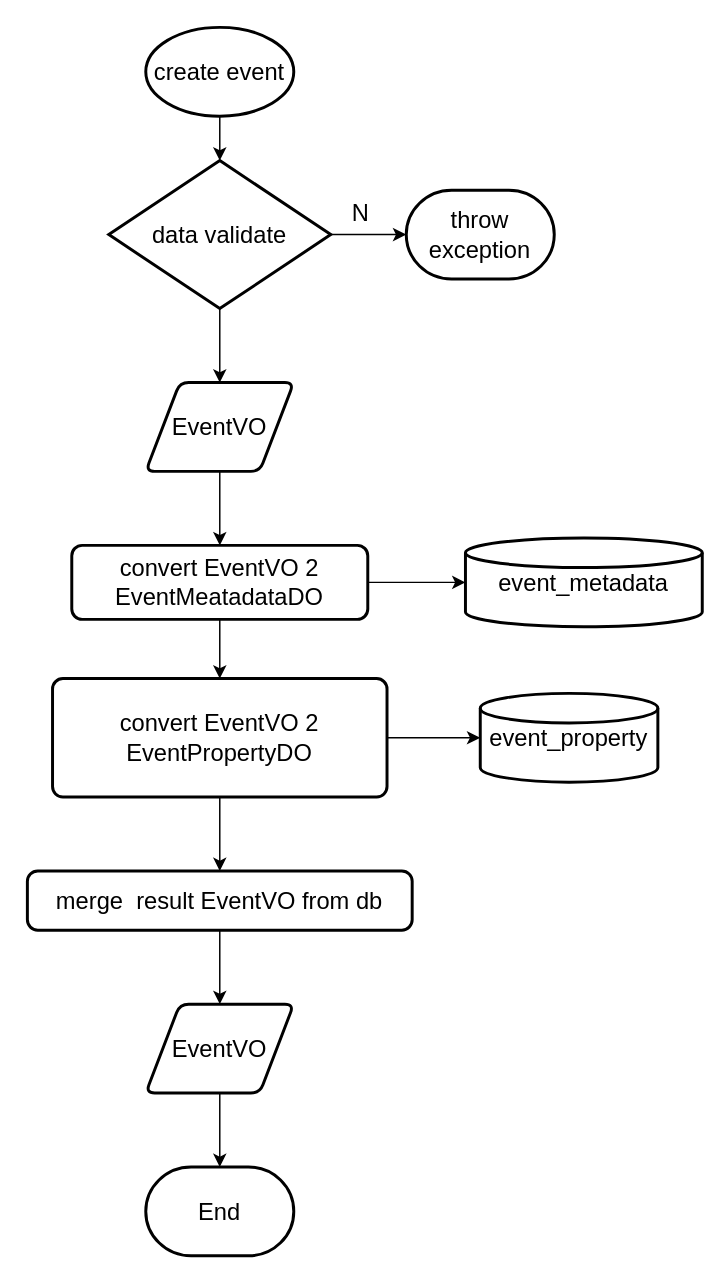
The draw.io diagram 事件中心/创建事件流程图.drawio in NeverMore93/draw, before the edit. Source tidied: cells renumbered, new cells numbered last; positions are measured from the earlier drawing's top-left corner, leaving out a move shared by most shapes. Both pictures are drawn from the tidied source at 148%, with x=0, y=0 at pixel (27, 27).
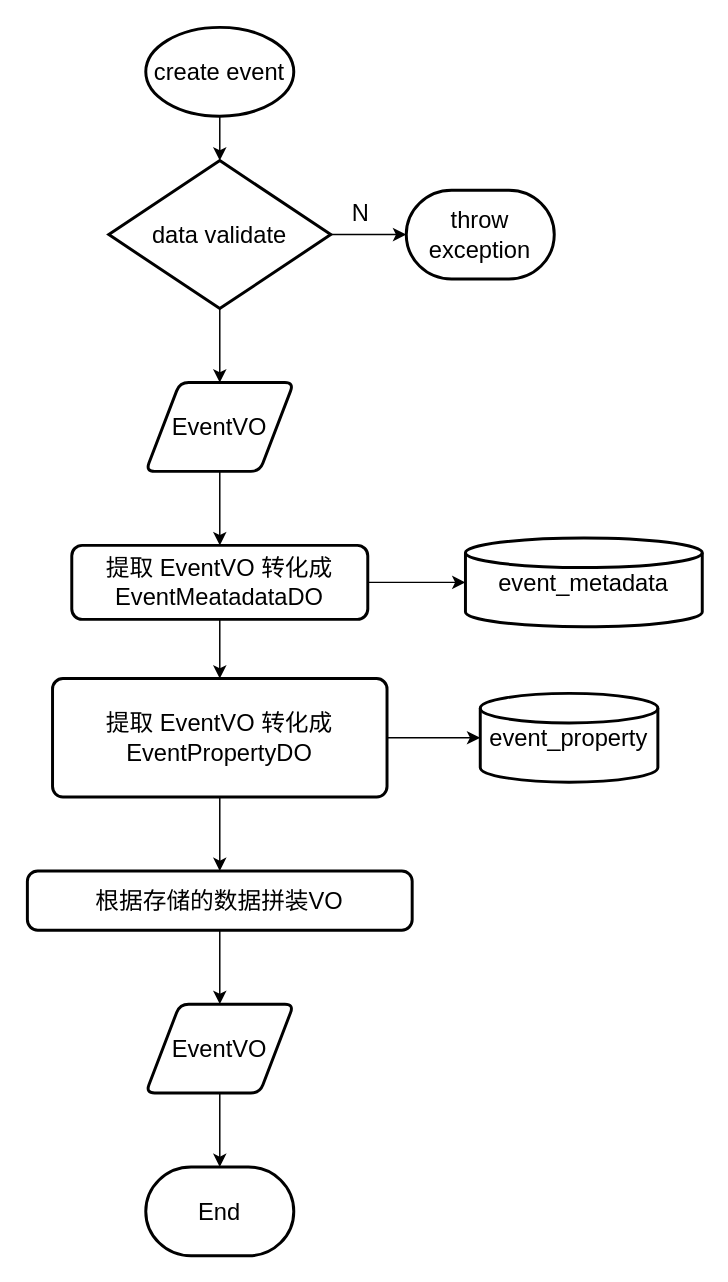
The same diagram, later.

Commit message:
更新创建事件流程图.drawio

Change to the diagram source:
```diff
@@
-    <mxCell id="13" value="convert EventVO 2 EventMeatadataDO" style="rounded=1;whiteSpace=wrap;html=1;absoluteArcSize=1;arcSize=14;strokeWidth=2;fontSize=16;" parent="1" vertex="1">
+    <mxCell id="13" value="提取 EventVO 转化成 EventMeatadataDO" style="rounded=1;whiteSpace=wrap;html=1;absoluteArcSize=1;arcSize=14;strokeWidth=2;fontSize=16;" parent="1" vertex="1">
       <mxGeometry x="30" y="350" width="200" height="50" as="geometry" />
     </mxCell>
@@
-    <mxCell id="17" value="convert EventVO 2 EventPropertyDO" style="rounded=1;whiteSpace=wrap;html=1;absoluteArcSize=1;arcSize=14;strokeWidth=2;fontSize=16;" parent="1" vertex="1">
+    <mxCell id="17" value="提取 EventVO 转化成 EventPropertyDO" style="rounded=1;whiteSpace=wrap;html=1;absoluteArcSize=1;arcSize=14;strokeWidth=2;fontSize=16;" parent="1" vertex="1">
       <mxGeometry x="17" y="440" width="226" height="80" as="geometry" />
     </mxCell>
@@
-    <mxCell id="20" value="merge&amp;nbsp; result EventVO from db" style="rounded=1;whiteSpace=wrap;html=1;absoluteArcSize=1;arcSize=14;strokeWidth=2;fontSize=16;" parent="1" vertex="1">
+    <mxCell id="20" value="根据存储的数据拼装VO" style="rounded=1;whiteSpace=wrap;html=1;absoluteArcSize=1;arcSize=14;strokeWidth=2;fontSize=16;" parent="1" vertex="1">
       <mxGeometry y="570" width="260" height="40" as="geometry" />
     </mxCell>
```
